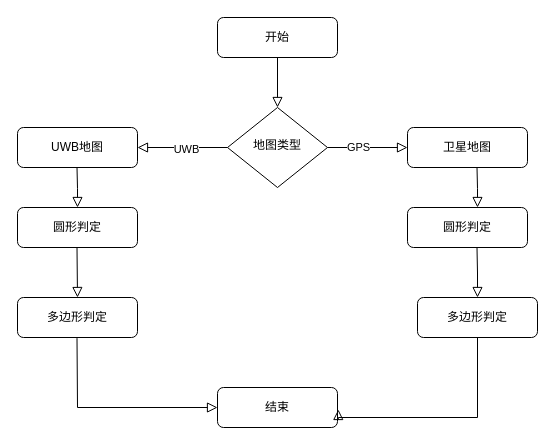
The draw.io diagram 围栏事件类型判定.drawio in tongchengjiushi/blog, before the edit. Source tidied: cells renumbered, new cells numbered last; positions are measured from the earlier drawing's top-left corner, leaving out a move shared by most shapes. Both pictures are drawn from the tidied source at 100%, with x=0, y=0 at pixel (17, 17).
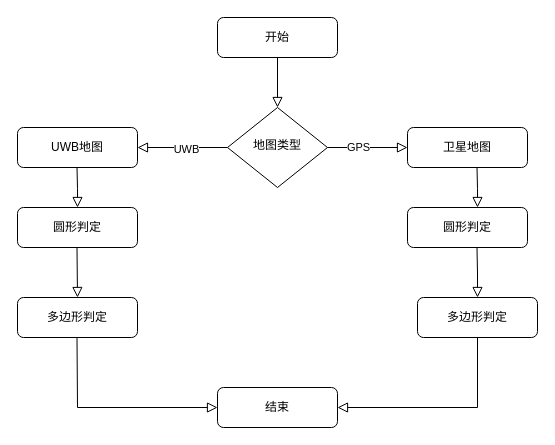
The same page after the edit.

Commit message:
更新围栏事件类型判定.drawio

The change refers to these unchanged cells:
```xml
<mxCell id="15" value="多边形判定" style="rounded=1;whiteSpace=wrap;html=1;fontSize=12;glass=0;strokeWidth=1;shadow=0;" parent="1" vertex="1">
  <mxGeometry x="400" y="280" width="120" height="40" as="geometry" />
</mxCell>
<mxCell id="16" value="结束" style="rounded=1;whiteSpace=wrap;html=1;fontSize=12;glass=0;strokeWidth=1;shadow=0;" parent="1" vertex="1">
  <mxGeometry x="200" y="370" width="120" height="40" as="geometry" />
</mxCell>
```

Change to the diagram source:
```diff
@@
-    <mxCell id="22" style="rounded=0;html=1;jettySize=auto;fontSize=11;endArrow=block;endFill=0;endSize=8;strokeWidth=1;shadow=0;labelBackgroundColor=none;edgeStyle=orthogonalEdgeStyle;entryX=1.007;entryY=0.55;entryDx=0;entryDy=0;exitX=0.5;exitY=1;exitDx=0;exitDy=0;entryPerimeter=0;" parent="1" edge="1" source="15" target="16">
+    <mxCell id="22" style="rounded=0;html=1;jettySize=auto;fontSize=11;endArrow=block;endFill=0;endSize=8;strokeWidth=1;shadow=0;labelBackgroundColor=none;edgeStyle=orthogonalEdgeStyle;exitX=0.5;exitY=1;exitDx=0;exitDy=0;entryX=1;entryY=0.5;entryDx=0;entryDy=0;" parent="1" edge="1" source="15" target="16">
       <mxGeometry relative="1" as="geometry">
         <Array as="points">
-          <mxPoint x="460" y="400" />
-          <mxPoint x="321" y="400" />
+          <mxPoint x="460" y="390" />
         </Array>
       </mxGeometry>
     </mxCell>
```
